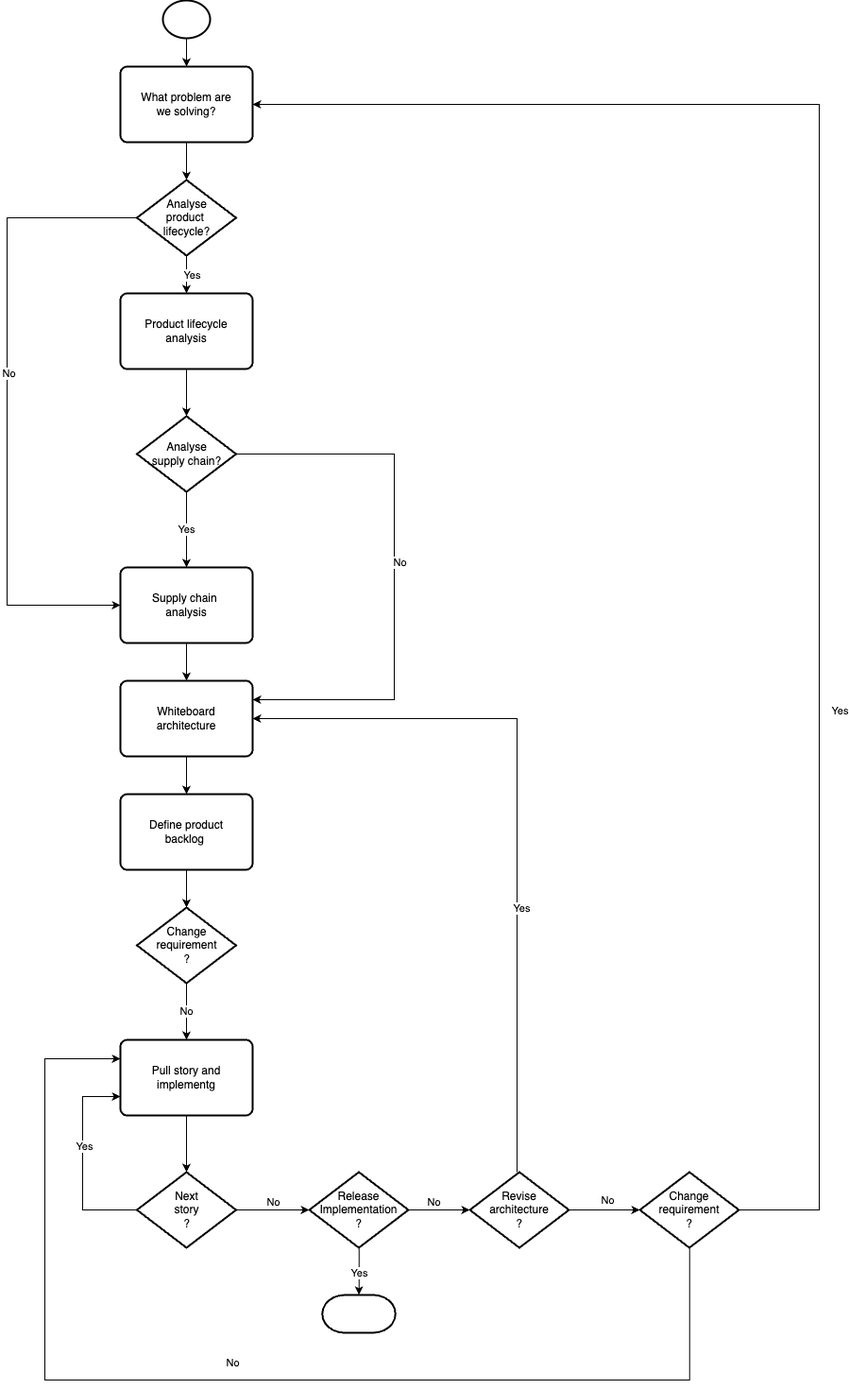
Before: assets/img/dev-lifecycle.png, a diagram exported from draw.io (paulwizviz/mengawas). Source tidied: cells renumbered, new cells last; positions are measured from the earlier drawing's top-left corner, leaving out a move shared by most shapes.
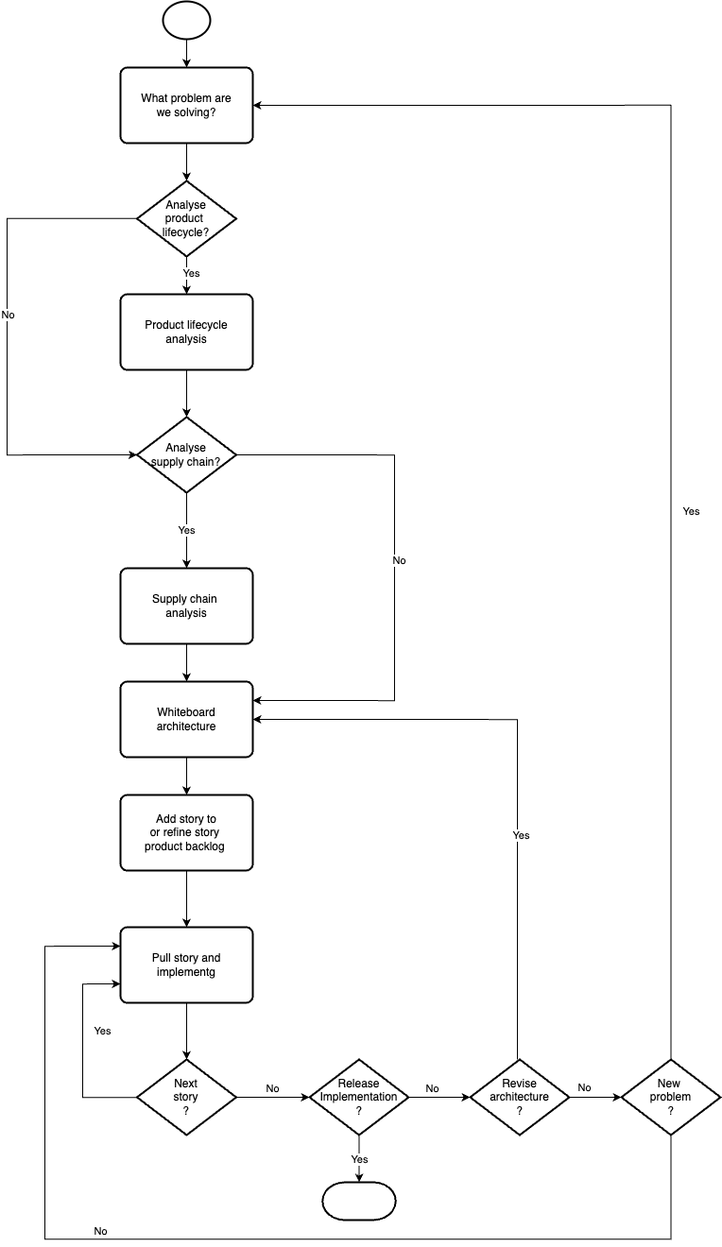
After the commit.

What changed in the source:
```diff
@@ -4,3 +4,3 @@
     <mxCell id="1" parent="0" />
-    <mxCell id="2" style="edgeStyle=orthogonalEdgeStyle;rounded=0;jettySize=auto;html=1;" parent="1" edge="1" source="3" target="36">
+    <mxCell id="2" style="edgeStyle=orthogonalEdgeStyle;rounded=0;jettySize=auto;html=1;" parent="1" edge="1" source="3" target="34">
       <mxGeometry relative="1" as="geometry" />
@@ -10,3 +10,3 @@
     </mxCell>
-    <mxCell id="4" style="edgeStyle=orthogonalEdgeStyle;rounded=0;jettySize=auto;html=1;" parent="1" edge="1" source="5" target="45">
+    <mxCell id="4" style="edgeStyle=orthogonalEdgeStyle;rounded=0;jettySize=auto;html=1;" parent="1" edge="1" source="5" target="43">
       <mxGeometry relative="1" as="geometry" />
@@ -28,9 +28,9 @@
     </mxCell>
-    <mxCell id="10" style="edgeStyle=orthogonalEdgeStyle;rounded=0;jettySize=auto;html=1;" parent="1" edge="1" source="11" target="15">
+    <mxCell id="10" style="edgeStyle=orthogonalEdgeStyle;rounded=0;jettySize=auto;html=1;entryX=0.5;entryY=0;entryDx=0;entryDy=0;" parent="1" edge="1" source="11" target="13">
       <mxGeometry relative="1" as="geometry" />
     </mxCell>
-    <mxCell id="11" value="Define product&lt;div&gt;backlog&amp;nbsp;&lt;/div&gt;" style="rounded=1;whiteSpace=wrap;html=1;absoluteArcSize=1;arcSize=14;strokeWidth=2;" parent="1" vertex="1">
+    <mxCell id="11" value="Add story to&lt;div&gt;or refine story&amp;nbsp;&lt;div&gt;product&amp;nbsp;&lt;span style=&quot;background-color: transparent; color: light-dark(rgb(0, 0, 0), rgb(255, 255, 255));&quot;&gt;backlog&amp;nbsp;&lt;/span&gt;&lt;/div&gt;&lt;/div&gt;" style="rounded=1;whiteSpace=wrap;html=1;absoluteArcSize=1;arcSize=14;strokeWidth=2;" parent="1" vertex="1">
       <mxGeometry x="120" y="840" width="140" height="80" as="geometry" />
     </mxCell>
-    <mxCell id="12" style="edgeStyle=orthogonalEdgeStyle;rounded=0;jettySize=auto;html=1;" parent="1" edge="1" source="13" target="24">
+    <mxCell id="12" style="edgeStyle=orthogonalEdgeStyle;rounded=0;jettySize=auto;html=1;" parent="1" edge="1" source="13" target="22">
       <mxGeometry relative="1" as="geometry" />
@@ -38,76 +38,83 @@
     <mxCell id="13" value="Pull story and&lt;div&gt;implementg&lt;/div&gt;" style="rounded=1;whiteSpace=wrap;html=1;absoluteArcSize=1;arcSize=14;strokeWidth=2;" parent="1" vertex="1">
-      <mxGeometry x="120" y="1100" width="140" height="80" as="geometry" />
+      <mxGeometry x="120" y="980" width="140" height="80" as="geometry" />
     </mxCell>
-    <mxCell id="14" value="No" style="edgeStyle=orthogonalEdgeStyle;rounded=0;jettySize=auto;html=1;" parent="1" edge="1" source="15" target="13">
-      <mxGeometry relative="1" as="geometry" />
+    <mxCell id="14" style="edgeStyle=orthogonalEdgeStyle;rounded=0;jettySize=auto;html=1;entryX=1;entryY=0.5;entryDx=0;entryDy=0;" parent="1" edge="1" source="17" target="9">
+      <mxGeometry relative="1" as="geometry">
+        <Array as="points">
+          <mxPoint x="540" y="760" />
+        </Array>
+      </mxGeometry>
     </mxCell>
-    <mxCell id="15" value="Change&lt;div&gt;requirement&lt;/div&gt;&lt;div&gt;?&lt;/div&gt;" style="strokeWidth=2;html=1;shape=mxgraph.flowchart.decision;whiteSpace=wrap;" parent="1" vertex="1">
-      <mxGeometry x="137.5" y="960" width="105" height="80" as="geometry" />
+    <mxCell id="15" value="Yes" style="edgeLabel;html=1;align=center;verticalAlign=middle;points=[];" parent="14" vertex="1">
+      <mxGeometry x="-0.33" y="-4" relative="1" as="geometry">
+        <mxPoint x="-1" y="-24" as="offset" />
+      </mxGeometry>
     </mxCell>
-    <mxCell id="16" style="edgeStyle=orthogonalEdgeStyle;rounded=0;jettySize=auto;html=1;entryX=1;entryY=0.5;entryDx=0;entryDy=0;" parent="1" edge="1" source="19" target="9">
-      <mxGeometry relative="1" as="geometry">
-        <Array as="points">
-          <mxPoint x="540" y="760" />
-        </Array>
+    <mxCell id="16" value="No" style="edgeStyle=orthogonalEdgeStyle;rounded=0;jettySize=auto;html=1;" parent="1" edge="1" source="17" target="32">
+      <mxGeometry x="-0.33" y="10" relative="1" as="geometry">
+        <mxPoint x="-1" as="offset" />
       </mxGeometry>
     </mxCell>
-    <mxCell id="17" value="Yes" style="edgeLabel;html=1;align=center;verticalAlign=middle;points=[];" parent="16" vertex="1">
-      <mxGeometry x="-0.33" y="-4" relative="1" as="geometry">
-        <mxPoint x="-1" y="-24" as="offset" />
-      </mxGeometry>
+    <mxCell id="17" value="&lt;div&gt;Revise&lt;/div&gt;&lt;div&gt;architecture&lt;/div&gt;&lt;div&gt;?&lt;/div&gt;" style="strokeWidth=2;html=1;shape=mxgraph.flowchart.decision;whiteSpace=wrap;" parent="1" vertex="1">
+      <mxGeometry x="490" y="1120" width="105" height="80" as="geometry" />
     </mxCell>
-    <mxCell id="18" value="No" style="edgeStyle=orthogonalEdgeStyle;rounded=0;jettySize=auto;html=1;" parent="1" edge="1" source="19" target="34">
-      <mxGeometry x="0.08" y="10" relative="1" as="geometry">
-        <mxPoint x="1" as="offset" />
+    <mxCell id="18" style="edgeStyle=orthogonalEdgeStyle;rounded=0;jettySize=auto;html=1;entryX=0;entryY=0.75;entryDx=0;entryDy=0;" parent="1" edge="1" source="22" target="13">
+      <mxGeometry relative="1" as="geometry">
+        <Array as="points">
+          <mxPoint x="80" y="1160" />
+          <mxPoint x="80" y="1040" />
+        </Array>
       </mxGeometry>
     </mxCell>
-    <mxCell id="19" value="&lt;div&gt;Revise&lt;/div&gt;&lt;div&gt;architecture&lt;/div&gt;&lt;div&gt;?&lt;/div&gt;" style="strokeWidth=2;html=1;shape=mxgraph.flowchart.decision;whiteSpace=wrap;" parent="1" vertex="1">
-      <mxGeometry x="490" y="1240" width="105" height="80" as="geometry" />
+    <mxCell id="19" value="Yes" style="edgeLabel;html=1;align=center;verticalAlign=middle;points=[];" parent="18" vertex="1">
+      <mxGeometry x="-0.01" relative="1" as="geometry">
+        <mxPoint x="20" y="-20" as="offset" />
+      </mxGeometry>
     </mxCell>
-    <mxCell id="20" style="edgeStyle=orthogonalEdgeStyle;rounded=0;jettySize=auto;html=1;entryX=0;entryY=0.75;entryDx=0;entryDy=0;" parent="1" edge="1" source="24" target="13">
-      <mxGeometry relative="1" as="geometry">
-        <Array as="points">
-          <mxPoint x="80" y="1280" />
-          <mxPoint x="80" y="1160" />
-        </Array>
-      </mxGeometry>
+    <mxCell id="20" style="edgeStyle=orthogonalEdgeStyle;rounded=0;jettySize=auto;html=1;" parent="1" edge="1" source="22" target="26">
+      <mxGeometry relative="1" as="geometry" />
     </mxCell>
-    <mxCell id="21" value="Yes" style="edgeLabel;html=1;align=center;verticalAlign=middle;" parent="20" vertex="1">
-      <mxGeometry x="-0.01" relative="1" as="geometry">
-        <mxPoint y="-20" as="offset" />
+    <mxCell id="21" value="No" style="edgeLabel;html=1;align=center;verticalAlign=middle;" parent="20" vertex="1">
+      <mxGeometry x="0.2" relative="1" as="geometry">
+        <mxPoint x="-9" y="-10" as="offset" />
       </mxGeometry>
     </mxCell>
-    <mxCell id="22" style="edgeStyle=orthogonalEdgeStyle;rounded=0;jettySize=auto;html=1;" parent="1" edge="1" source="24" target="28">
-      <mxGeometry relative="1" as="geometry" />
+    <mxCell id="22" value="&lt;div&gt;Next&lt;/div&gt;&lt;div&gt;story&lt;/div&gt;&lt;div&gt;?&lt;/div&gt;" style="strokeWidth=2;html=1;shape=mxgraph.flowchart.decision;whiteSpace=wrap;" parent="1" vertex="1">
+      <mxGeometry x="137.5" y="1120" width="105" height="80" as="geometry" />
     </mxCell>
-    <mxCell id="23" value="No" style="edgeLabel;html=1;align=center;verticalAlign=middle;" parent="22" vertex="1">
-      <mxGeometry x="0.2" relative="1" as="geometry">
-        <mxPoint x="-9" y="-10" as="offset" />
-      </mxGeometry>
+    <mxCell id="23" style="edgeStyle=orthogonalEdgeStyle;rounded=0;jettySize=auto;html=1;" parent="1" edge="1" source="26" target="17">
+      <mxGeometry relative="1" as="geometry" />
     </mxCell>
-    <mxCell id="24" value="&lt;div&gt;Next&lt;/div&gt;&lt;div&gt;story&lt;/div&gt;&lt;div&gt;?&lt;/div&gt;" style="strokeWidth=2;html=1;shape=mxgraph.flowchart.decision;whiteSpace=wrap;" parent="1" vertex="1">
-      <mxGeometry x="137.5" y="1240" width="105" height="80" as="geometry" />
+    <mxCell id="24" value="No" style="edgeLabel;html=1;align=center;verticalAlign=middle;points=[];" parent="23" vertex="1">
+      <mxGeometry x="0.08" y="-2" relative="1" as="geometry">
+        <mxPoint x="-11" y="-12" as="offset" />
+      </mxGeometry>
     </mxCell>
-    <mxCell id="25" style="edgeStyle=orthogonalEdgeStyle;rounded=0;jettySize=auto;html=1;" parent="1" edge="1" source="28" target="19">
+    <mxCell id="25" value="Yes" style="edgeStyle=orthogonalEdgeStyle;rounded=0;jettySize=auto;html=1;" parent="1" edge="1" source="26" target="27">
       <mxGeometry relative="1" as="geometry" />
     </mxCell>
-    <mxCell id="26" value="No" style="edgeLabel;html=1;align=center;verticalAlign=middle;points=[];" parent="25" vertex="1">
-      <mxGeometry x="0.08" y="-2" relative="1" as="geometry">
-        <mxPoint x="-11" y="-12" as="offset" />
-      </mxGeometry>
+    <mxCell id="26" value="&lt;div&gt;Release&lt;/div&gt;&lt;div&gt;Implementation&lt;/div&gt;&lt;div&gt;?&lt;/div&gt;" style="strokeWidth=2;html=1;shape=mxgraph.flowchart.decision;whiteSpace=wrap;" parent="1" vertex="1">
+      <mxGeometry x="320" y="1120" width="105" height="80" as="geometry" />
     </mxCell>
-    <mxCell id="27" value="Yes" style="edgeStyle=orthogonalEdgeStyle;rounded=0;jettySize=auto;html=1;" parent="1" edge="1" source="28" target="29">
-      <mxGeometry relative="1" as="geometry" />
+    <mxCell id="27" style="strokeWidth=2;html=1;shape=mxgraph.flowchart.terminator;whiteSpace=wrap;" parent="1" vertex="1">
+      <mxGeometry x="333.8" y="1250" width="77.5" height="40" as="geometry" />
     </mxCell>
-    <mxCell id="28" value="&lt;div&gt;Release&lt;/div&gt;&lt;div&gt;Implementation&lt;/div&gt;&lt;div&gt;?&lt;/div&gt;" style="strokeWidth=2;html=1;shape=mxgraph.flowchart.decision;whiteSpace=wrap;" parent="1" vertex="1">
-      <mxGeometry x="320" y="1240" width="105" height="80" as="geometry" />
+    <mxCell id="28" style="edgeStyle=orthogonalEdgeStyle;rounded=0;jettySize=auto;html=1;entryX=1;entryY=0.5;entryDx=0;entryDy=0;exitX=0.5;exitY=0;exitDx=0;exitDy=0;exitPerimeter=0;" parent="1" edge="1" source="32" target="34">
+      <mxGeometry relative="1" as="geometry">
+        <Array as="points">
+          <mxPoint x="703" y="110" />
+        </Array>
+      </mxGeometry>
     </mxCell>
-    <mxCell id="29" style="strokeWidth=2;html=1;shape=mxgraph.flowchart.terminator;whiteSpace=wrap;" parent="1" vertex="1">
-      <mxGeometry x="333.8" y="1370" width="77.5" height="40" as="geometry" />
+    <mxCell id="29" value="Yes" style="edgeLabel;html=1;align=center;verticalAlign=middle;points=[];" parent="28" vertex="1">
+      <mxGeometry x="-0.84" y="-1" relative="1" as="geometry">
+        <mxPoint x="19" y="-461" as="offset" />
+      </mxGeometry>
     </mxCell>
-    <mxCell id="30" style="edgeStyle=orthogonalEdgeStyle;rounded=0;jettySize=auto;html=1;entryX=1;entryY=0.5;entryDx=0;entryDy=0;" parent="1" edge="1" source="34" target="36">
+    <mxCell id="30" style="edgeStyle=orthogonalEdgeStyle;rounded=0;jettySize=auto;html=1;entryX=0;entryY=0.25;entryDx=0;entryDy=0;exitX=0.5;exitY=1;exitDx=0;exitDy=0;exitPerimeter=0;" parent="1" edge="1" source="32" target="13">
       <mxGeometry relative="1" as="geometry">
         <Array as="points">
-          <mxPoint x="860" y="1280" />
-          <mxPoint x="860" y="110" />
+          <mxPoint x="703" y="1310" />
+          <mxPoint x="40" y="1310" />
+          <mxPoint x="40" y="1000" />
         </Array>
@@ -115,35 +122,34 @@
     </mxCell>
-    <mxCell id="31" value="Yes" style="edgeLabel;html=1;align=center;verticalAlign=middle;" parent="30" vertex="1">
-      <mxGeometry x="-0.84" y="-1" relative="1" as="geometry">
-        <mxPoint x="19" y="-461" as="offset" />
+    <mxCell id="31" value="No" style="edgeLabel;html=1;align=center;verticalAlign=middle;" parent="30" vertex="1">
+      <mxGeometry x="-0.29" y="3" relative="1" as="geometry">
+        <mxPoint x="-304" y="-13" as="offset" />
       </mxGeometry>
     </mxCell>
-    <mxCell id="32" style="edgeStyle=orthogonalEdgeStyle;rounded=0;jettySize=auto;html=1;entryX=0;entryY=0.25;entryDx=0;entryDy=0;" parent="1" edge="1" source="34" target="13">
-      <mxGeometry relative="1" as="geometry">
-        <Array as="points">
-          <mxPoint x="723" y="1460" />
-          <mxPoint x="40" y="1460" />
-          <mxPoint x="40" y="1120" />
-        </Array>
-      </mxGeometry>
+    <mxCell id="32" value="&lt;div&gt;New&amp;nbsp;&lt;/div&gt;&lt;div&gt;problem&lt;/div&gt;&lt;div&gt;?&lt;/div&gt;" style="strokeWidth=2;html=1;shape=mxgraph.flowchart.decision;whiteSpace=wrap;" parent="1" vertex="1">
+      <mxGeometry x="650" y="1120" width="105" height="80" as="geometry" />
     </mxCell>
-    <mxCell id="33" value="No" style="edgeLabel;html=1;align=center;verticalAlign=middle;" parent="32" vertex="1">
-      <mxGeometry x="-0.29" y="3" relative="1" as="geometry">
-        <mxPoint x="-185" y="-23" as="offset" />
-      </mxGeometry>
+    <mxCell id="33" style="edgeStyle=orthogonalEdgeStyle;rounded=0;jettySize=auto;html=1;" parent="1" edge="1" source="34" target="39">
+      <mxGeometry relative="1" as="geometry" />
     </mxCell>
-    <mxCell id="34" value="Change&lt;div&gt;requirement&lt;/div&gt;&lt;div&gt;?&lt;/div&gt;" style="strokeWidth=2;html=1;shape=mxgraph.flowchart.decision;whiteSpace=wrap;" parent="1" vertex="1">
-      <mxGeometry x="670" y="1240" width="105" height="80" as="geometry" />
+    <mxCell id="34" value="What problem are&lt;div&gt;we solving?&lt;/div&gt;" style="rounded=1;whiteSpace=wrap;html=1;absoluteArcSize=1;arcSize=14;strokeWidth=2;" parent="1" vertex="1">
+      <mxGeometry x="120" y="70" width="140" height="80" as="geometry" />
     </mxCell>
-    <mxCell id="35" style="edgeStyle=orthogonalEdgeStyle;rounded=0;jettySize=auto;html=1;" parent="1" edge="1" source="36" target="41">
-      <mxGeometry relative="1" as="geometry" />
+    <mxCell id="35" style="edgeStyle=orthogonalEdgeStyle;rounded=0;jettySize=auto;html=1;" parent="1" edge="1" source="39" target="5">
+      <mxGeometry relative="1" as="geometry">
+        <Array as="points">
+          <mxPoint x="190" y="350" />
+          <mxPoint x="190" y="350" />
+        </Array>
+      </mxGeometry>
     </mxCell>
-    <mxCell id="36" value="What problem are&lt;div&gt;we solving?&lt;/div&gt;" style="rounded=1;whiteSpace=wrap;html=1;absoluteArcSize=1;arcSize=14;strokeWidth=2;" parent="1" vertex="1">
-      <mxGeometry x="120" y="70" width="140" height="80" as="geometry" />
+    <mxCell id="36" value="Yes" style="edgeLabel;html=1;align=center;verticalAlign=middle;points=[];" parent="35" vertex="1">
+      <mxGeometry x="-0.08" y="4" relative="1" as="geometry">
+        <mxPoint y="-1" as="offset" />
+      </mxGeometry>
     </mxCell>
-    <mxCell id="37" style="edgeStyle=orthogonalEdgeStyle;rounded=0;jettySize=auto;html=1;" parent="1" edge="1" source="41" target="5">
+    <mxCell id="37" style="edgeStyle=orthogonalEdgeStyle;rounded=0;jettySize=auto;html=1;entryX=0;entryY=0.5;entryDx=0;entryDy=0;entryPerimeter=0;" parent="1" edge="1" source="39" target="43">
       <mxGeometry relative="1" as="geometry">
         <Array as="points">
-          <mxPoint x="190" y="350" />
-          <mxPoint x="190" y="350" />
+          <mxPoint y="230" />
+          <mxPoint y="480" />
         </Array>
@@ -151,42 +157,29 @@
     </mxCell>
-    <mxCell id="38" value="Yes" style="edgeLabel;html=1;align=center;verticalAlign=middle;" parent="37" vertex="1">
-      <mxGeometry x="-0.08" y="4" relative="1" as="geometry">
-        <mxPoint y="-1" as="offset" />
+    <mxCell id="38" value="No" style="edgeLabel;html=1;align=center;verticalAlign=middle;" parent="37" vertex="1">
+      <mxGeometry x="-0.1" relative="1" as="geometry">
+        <mxPoint y="1" as="offset" />
       </mxGeometry>
     </mxCell>
-    <mxCell id="39" style="edgeStyle=orthogonalEdgeStyle;rounded=0;jettySize=auto;html=1;entryX=0;entryY=0.5;entryDx=0;entryDy=0;" parent="1" edge="1" source="41" target="7">
-      <mxGeometry relative="1" as="geometry">
-        <Array as="points">
-          <mxPoint y="230" />
-          <mxPoint y="640" />
-        </Array>
-      </mxGeometry>
+    <mxCell id="39" value="&lt;span style=&quot;background-color: transparent; color: light-dark(rgb(0, 0, 0), rgb(255, 255, 255));&quot;&gt;Analyse&lt;/span&gt;&lt;div&gt;&lt;span style=&quot;background-color: transparent; color: light-dark(rgb(0, 0, 0), rgb(255, 255, 255));&quot;&gt;product&amp;nbsp;&lt;/span&gt;&lt;div&gt;&lt;span style=&quot;background-color: transparent; color: light-dark(rgb(0, 0, 0), rgb(255, 255, 255));&quot;&gt;l&lt;/span&gt;&lt;span style=&quot;background-color: transparent; color: light-dark(rgb(0, 0, 0), rgb(255, 255, 255));&quot;&gt;ifecycle?&lt;/span&gt;&lt;/div&gt;&lt;/div&gt;" style="strokeWidth=2;html=1;shape=mxgraph.flowchart.decision;whiteSpace=wrap;" parent="1" vertex="1">
+      <mxGeometry x="137.5" y="190" width="105" height="80" as="geometry" />
     </mxCell>
-    <mxCell id="40" value="No" style="edgeLabel;html=1;align=center;verticalAlign=middle;" parent="39" vertex="1">
-      <mxGeometry x="-0.1" relative="1" as="geometry">
-        <mxPoint y="1" as="offset" />
-      </mxGeometry>
+    <mxCell id="40" value="Yes" style="edgeStyle=orthogonalEdgeStyle;rounded=0;jettySize=auto;html=1;" parent="1" edge="1" source="43" target="7">
+      <mxGeometry relative="1" as="geometry" />
     </mxCell>
-    <mxCell id="41" value="&lt;span style=&quot;background-color: transparent; color: light-dark(rgb(0, 0, 0), rgb(255, 255, 255));&quot;&gt;Analyse&lt;/span&gt;&lt;div&gt;&lt;span style=&quot;background-color: transparent; color: light-dark(rgb(0, 0, 0), rgb(255, 255, 255));&quot;&gt;product&amp;nbsp;&lt;/span&gt;&lt;div&gt;&lt;span style=&quot;background-color: transparent; color: light-dark(rgb(0, 0, 0), rgb(255, 255, 255));&quot;&gt;l&lt;/span&gt;&lt;span style=&quot;background-color: transparent; color: light-dark(rgb(0, 0, 0), rgb(255, 255, 255));&quot;&gt;ifecycle?&lt;/span&gt;&lt;/div&gt;&lt;/div&gt;" style="strokeWidth=2;html=1;shape=mxgraph.flowchart.decision;whiteSpace=wrap;" parent="1" vertex="1">
-      <mxGeometry x="137.5" y="190" width="105" height="80" as="geometry" />
+    <mxCell id="41" style="edgeStyle=orthogonalEdgeStyle;rounded=0;jettySize=auto;html=1;exitX=1;exitY=0.5;exitDx=0;exitDy=0;exitPerimeter=0;entryX=1;entryY=0.25;entryDx=0;entryDy=0;" parent="1" edge="1" source="43" target="9">
+      <mxGeometry relative="1" as="geometry">
+        <Array as="points">
+          <mxPoint x="410" y="480" />
+          <mxPoint x="410" y="740" />
+        </Array>
+      </mxGeometry>
     </mxCell>
-    <mxCell id="42" value="Yes" style="edgeStyle=orthogonalEdgeStyle;rounded=0;jettySize=auto;html=1;" parent="1" edge="1" source="45" target="7">
-      <mxGeometry relative="1" as="geometry" />
+    <mxCell id="42" value="No" style="edgeLabel;html=1;align=center;verticalAlign=middle;" parent="41" vertex="1">
+      <mxGeometry x="-0.04" y="4" relative="1" as="geometry">
+        <mxPoint y="1" as="offset" />
+      </mxGeometry>
     </mxCell>
-    <mxCell id="43" style="edgeStyle=orthogonalEdgeStyle;rounded=0;jettySize=auto;html=1;exitX=1;exitY=0.5;exitDx=0;exitDy=0;exitPerimeter=0;entryX=1;entryY=0.25;entryDx=0;entryDy=0;" parent="1" edge="1" source="45" target="9">
-      <mxGeometry relative="1" as="geometry">
-        <Array as="points">
-          <mxPoint x="410" y="480" />
-          <mxPoint x="410" y="740" />
-        </Array>
-      </mxGeometry>
+    <mxCell id="43" value="&lt;span style=&quot;background-color: transparent; color: light-dark(rgb(0, 0, 0), rgb(255, 255, 255));&quot;&gt;Analyse&lt;/span&gt;&lt;div&gt;&lt;span style=&quot;background-color: transparent; color: light-dark(rgb(0, 0, 0), rgb(255, 255, 255));&quot;&gt;supply chain?&lt;/span&gt;&lt;/div&gt;" style="strokeWidth=2;html=1;shape=mxgraph.flowchart.decision;whiteSpace=wrap;" parent="1" vertex="1">
+      <mxGeometry x="137.5" y="440" width="105" height="80" as="geometry" />
     </mxCell>
-    <mxCell id="44" value="No" style="edgeLabel;html=1;align=center;verticalAlign=middle;" parent="43" vertex="1">
-      <mxGeometry x="-0.04" y="4" relative="1" as="geometry">
-        <mxPoint y="1" as="offset" />
-      </mxGeometry>
-    </mxCell>
-    <mxCell id="45" value="&lt;span style=&quot;background-color: transparent; color: light-dark(rgb(0, 0, 0), rgb(255, 255, 255));&quot;&gt;Analyse&lt;/span&gt;&lt;div&gt;&lt;span style=&quot;background-color: transparent; color: light-dark(rgb(0, 0, 0), rgb(255, 255, 255));&quot;&gt;supply chain?&lt;/span&gt;&lt;/div&gt;" style="strokeWidth=2;html=1;shape=mxgraph.flowchart.decision;whiteSpace=wrap;" parent="1" vertex="1">
-      <mxGeometry x="137.5" y="440" width="105" height="80" as="geometry" />
-    </mxCell>
   </root>
```
